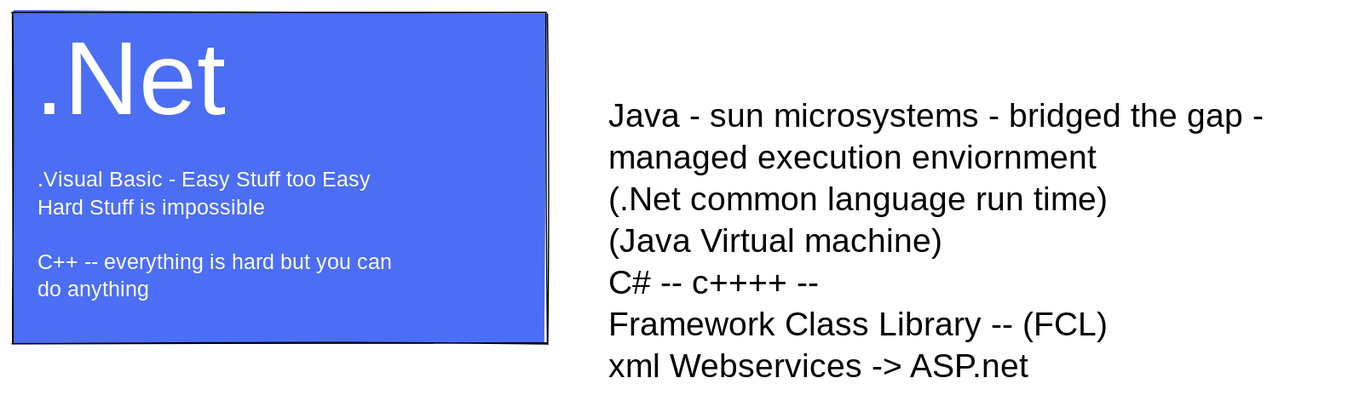
This is static/img/dotnet.excalidraw.svg from WDanielH/class-notes, a Excalidraw export, as it was before one commit. Source tidied: one line per element, renumbered; positions are measured from the earlier drawing's top-left corner, leaving out a move shared by most shapes.
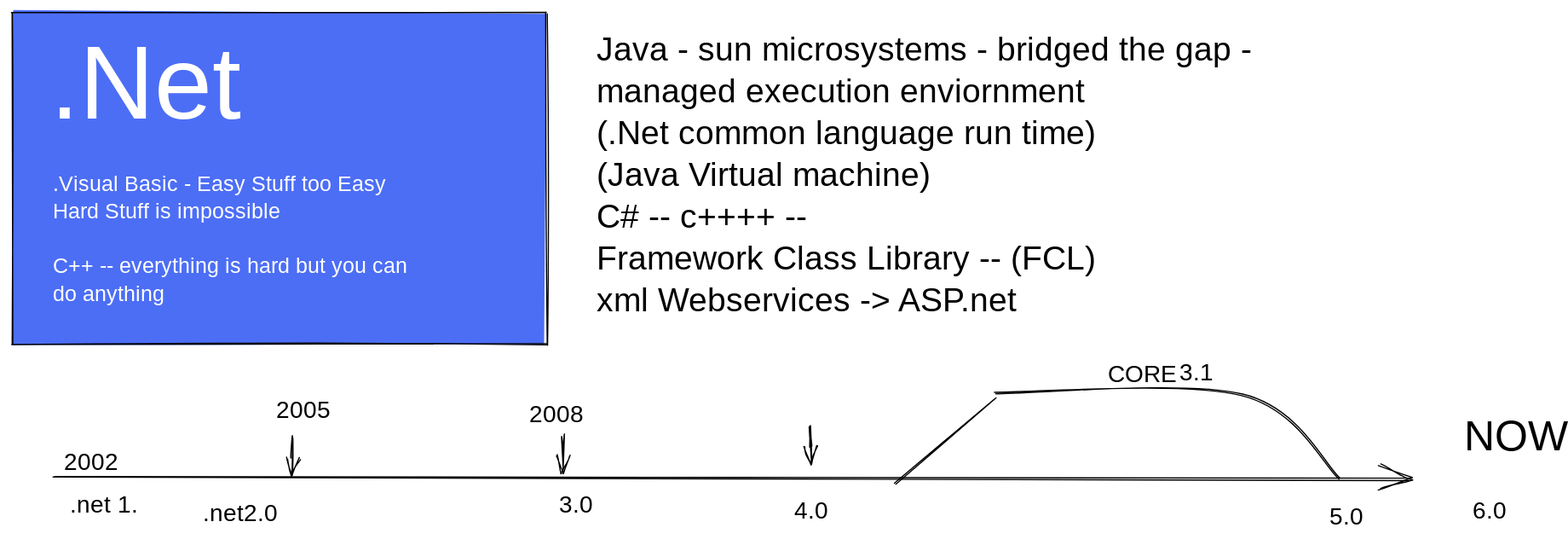
Later version of the same file.

What changed in the source:
```diff
@@ -1,5 +1,23 @@
-{"id": 0, "type": "rectangle", "strokeColor": "#000000", "backgroundColor": "#4c6ef5", "fillStyle": "solid", "strokeWidth": 1, "roughness": 1, "x": 0, "y": 0, "width": 448, "height": 278}
+{"id": 0, "type": "rectangle", "strokeColor": "#000000", "backgroundColor": "#4c6ef5", "fillStyle": "solid", "strokeWidth": 1, "roughness": 1, "x": -13, "y": -3, "width": 448, "height": 278}
 {"id": 1, "type": "text", "text": ".Net\n", "strokeColor": "#ffff", "backgroundColor": "#4c6ef5", "fillStyle": "solid", "strokeWidth": 1, "roughness": 1, "fontSize": 87.17, "fontFamily": 1, "x": 19, "y": 10, "width": 177, "height": 218}
 {"id": 2, "type": "text", "text": "VIsu", "strokeColor": "#ffff", "backgroundColor": "#4c6ef5", "fillStyle": "solid", "strokeWidth": 1, "roughness": 1, "fontSize": 36, "fontFamily": 1, "x": 770, "y": 91, "width": 79, "height": 45}
 {"id": 3, "type": "text", "text": ".Visual Basic - Easy Stuff too Easy \nHard Stuff is impossible\n\nC++ -- everything is hard but you can \ndo anything ", "strokeColor": "#ffff", "backgroundColor": "#4c6ef5", "fillStyle": "solid", "strokeWidth": 1, "roughness": 1, "fontSize": 17.56, "fontFamily": 1, "x": 21, "y": 131, "width": 338, "height": 115}
-{"id": 4, "type": "text", "text": "Java - sun microsystems - bridged the gap -\nmanaged execution enviornment\n(.Net common language run time) \n(Java Virtual machine)\nC# -- c++++ -- \nFramework Class Library -- (FCL) \nxml Webservices -> ASP.net", "strokeColor": "#000000", "backgroundColor": "#4c6ef5", "fillStyle": "solid", "strokeWidth": 1, "roughness": 1, "fontSize": 28, "fontFamily": 1, "x": 500, "y": 72, "width": 619, "height": 245}
+{"id": 4, "type": "text", "text": "Java - sun microsystems - bridged the gap -\nmanaged execution enviornment\n(.Net common language run time) \n(Java Virtual machine)\nC# -- c++++ -- \nFramework Class Library -- (FCL) \nxml Webservices -> ASP.net", "strokeColor": "#000000", "backgroundColor": "#4c6ef5", "fillStyle": "solid", "strokeWidth": 1, "roughness": 1, "fontSize": 28, "fontFamily": 1, "x": 477, "y": 12, "width": 619, "height": 245}
+{"id": 5, "type": "arrow", "strokeColor": "#000000", "strokeWidth": 1, "roughness": 1, "endArrowhead": "arrow", "x": 22, "y": 385, "width": 1137, "height": 4, "points": [[0, 0], [1137, 4]]}
+{"id": 6, "type": "text", "text": "2002", "strokeColor": "#000000", "strokeWidth": 1, "roughness": 1, "fontSize": 20, "fontFamily": 1, "x": 30, "y": 362, "width": 57, "height": 25}
+{"id": 7, "type": "text", "text": ".net 1.", "strokeColor": "#000000", "strokeWidth": 1, "roughness": 1, "fontSize": 20, "fontFamily": 1, "x": 36, "y": 398, "width": 59, "height": 25}
+{"id": 8, "type": "text", "text": "         .net2.0", "strokeColor": "#000000", "strokeWidth": 1, "roughness": 1, "fontSize": 20, "fontFamily": 1, "x": 96, "y": 405, "width": 162, "height": 25}
+{"id": 9, "type": "arrow", "strokeColor": "#000000", "strokeWidth": 1, "roughness": 1, "endArrowhead": "arrow", "to": 8, "x": 221, "y": 370, "width": 0, "height": 32, "points": [[0, 0], [0, -16], [0, 15]]}
+{"id": 10, "type": "text", "text": "2005", "strokeColor": "#000000", "strokeWidth": 1, "roughness": 1, "fontSize": 20, "fontFamily": 1, "x": 208, "y": 319, "width": 55, "height": 25}
+{"id": 11, "type": "text", "text": "2008", "strokeColor": "#000000", "strokeWidth": 1, "roughness": 1, "fontSize": 20, "fontFamily": 1, "x": 420, "y": 322, "width": 58, "height": 25}
+{"id": 12, "type": "arrow", "strokeColor": "#000000", "strokeWidth": 1, "roughness": 1, "endArrowhead": "arrow", "x": 448, "y": 369, "width": 0, "height": 32, "points": [[0, 0], [0, -16], [0, 15]]}
+{"id": 13, "type": "text", "text": "3.0", "strokeColor": "#000000", "strokeWidth": 1, "roughness": 1, "fontSize": 20, "fontFamily": 1, "x": 446, "y": 398, "width": 34, "height": 25}
+{"id": 14, "type": "text", "text": "4.0", "strokeColor": "#000000", "strokeWidth": 1, "roughness": 1, "fontSize": 20, "fontFamily": 1, "x": 642, "y": 403, "width": 33, "height": 25}
+{"id": 15, "type": "arrow", "strokeColor": "#000000", "strokeWidth": 1, "roughness": 1, "endArrowhead": "arrow", "x": 656, "y": 361, "width": 0, "height": 32, "points": [[0, 0], [0, -16], [0, 15]]}
+{"id": 16, "type": "line", "strokeColor": "#000000", "strokeWidth": 1, "roughness": 1, "x": 728, "y": 392, "width": 85, "height": 71, "points": [[0, 0], [85, -71]]}
+{"id": 17, "type": "line", "strokeColor": "#000000", "angle": 0.0, "strokeWidth": 1, "roughness": 1, "x": 811, "y": 318, "width": 288, "height": 70, "points": [[0, 0], [207, -1], [288, 69]]}
+{"id": 18, "type": "text", "text": "NOW", "strokeColor": "#000000", "strokeWidth": 1, "roughness": 1, "fontSize": 36, "fontFamily": 1, "x": 1204, "y": 332, "width": 77, "height": 45}
+{"id": 19, "type": "text", "text": "CORE", "strokeColor": "#000000", "strokeWidth": 1, "roughness": 1, "fontSize": 20, "fontFamily": 1, "x": 906, "y": 289, "width": 55, "height": 25}
+{"id": 20, "type": "text", "text": "3.1", "strokeColor": "#000000", "strokeWidth": 1, "roughness": 1, "fontSize": 20, "fontFamily": 1, "x": 966, "y": 287, "width": 26, "height": 25}
+{"id": 21, "type": "text", "text": "5.0", "strokeColor": "#000000", "strokeWidth": 1, "roughness": 1, "fontSize": 20, "fontFamily": 1, "x": 1092, "y": 408, "width": 33, "height": 25}
+{"id": 22, "type": "text", "text": "6.0", "strokeColor": "#000000", "strokeWidth": 1, "roughness": 1, "fontSize": 20, "fontFamily": 1, "x": 1212, "y": 403, "width": 33, "height": 25}
```
